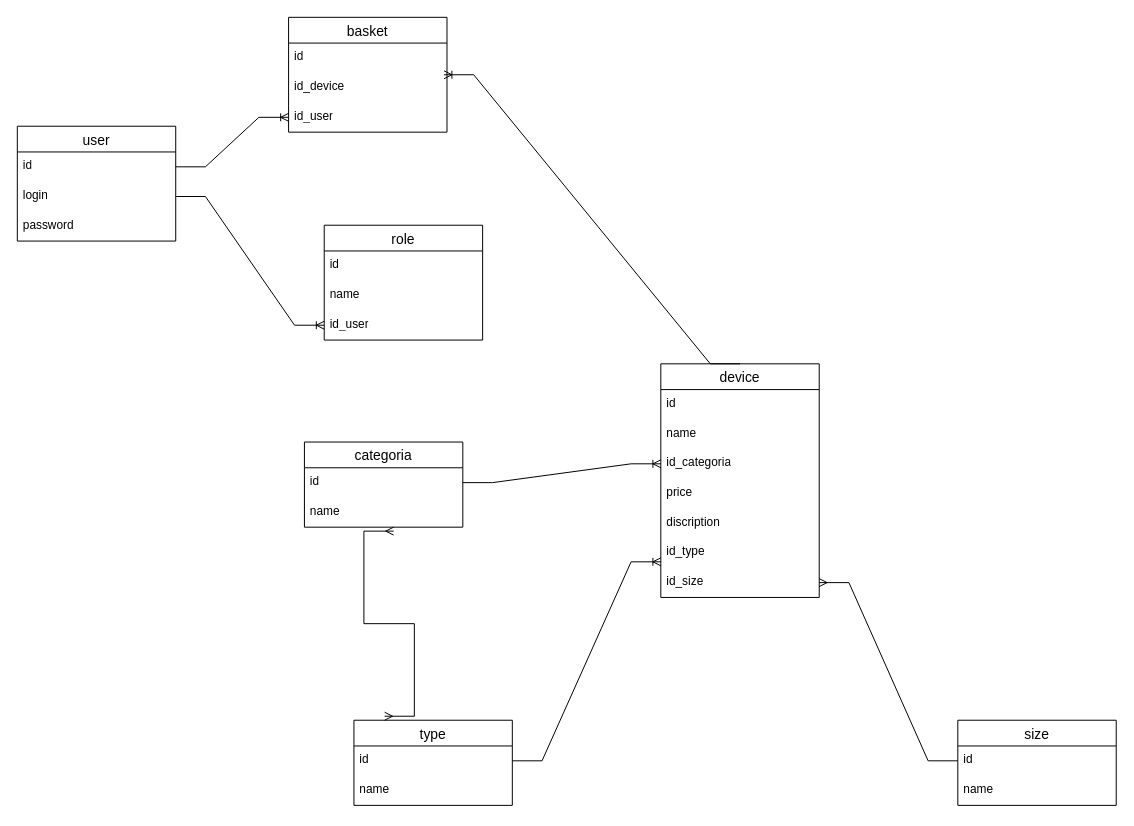
OlegGrn/draw_io keeps this draw.io diagram as shose.drawio. Above is the earlier version. Source tidied: cells renumbered, new cells numbered last; positions are measured from the earlier drawing's top-left corner, leaving out a move shared by most shapes. Both pictures are drawn from the tidied source at 99%, with x=0, y=0 at pixel (17, 17).
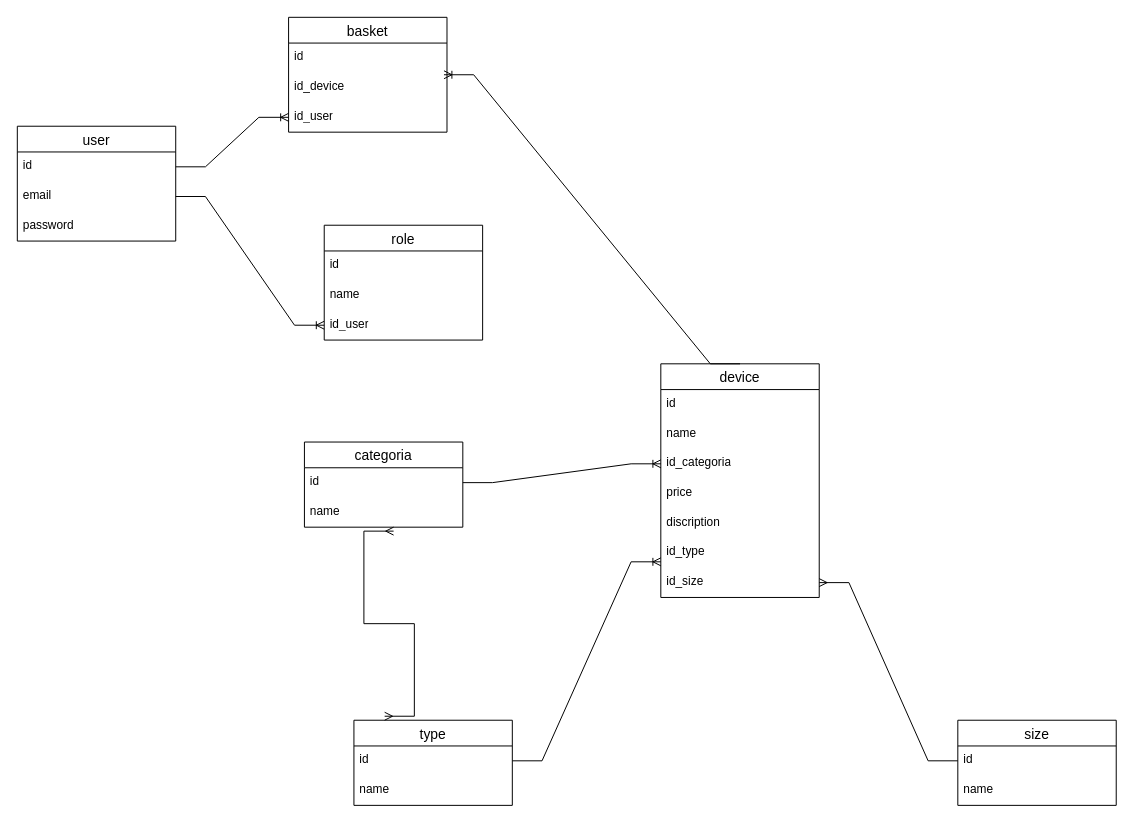
The same diagram, later.

Unchanged cells that the change refers to:
```xml
<mxCell id="2" value="user" style="swimlane;fontStyle=0;horizontal=1;startSize=26;align=center;fontSize=14;" parent="1" vertex="1">
  <mxGeometry y="110" width="160" height="116" as="geometry" />
</mxCell>
```

The edit, as a diff of the source:
```diff
@@
-    <mxCell id="4" value="login" style="text;strokeColor=none;fillColor=none;spacingLeft=4;spacingRight=4;overflow=hidden;points=[[0,0.5],[1,0.5]];portConstraint=eastwest;fontSize=12;whiteSpace=wrap;html=1;" parent="2" vertex="1">
+    <mxCell id="4" value="email" style="text;strokeColor=none;fillColor=none;spacingLeft=4;spacingRight=4;overflow=hidden;points=[[0,0.5],[1,0.5]];portConstraint=eastwest;fontSize=12;whiteSpace=wrap;html=1;" parent="2" vertex="1">
       <mxGeometry y="56" width="160" height="30" as="geometry" />
     </mxCell>
```
